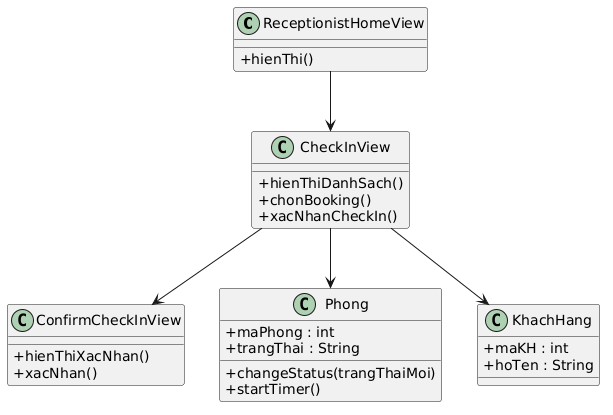
thanhtrnnn/cnpm keeps this PlantUML diagram as output/diagrams/booking_bce_checkin.png. Above is the earlier version.
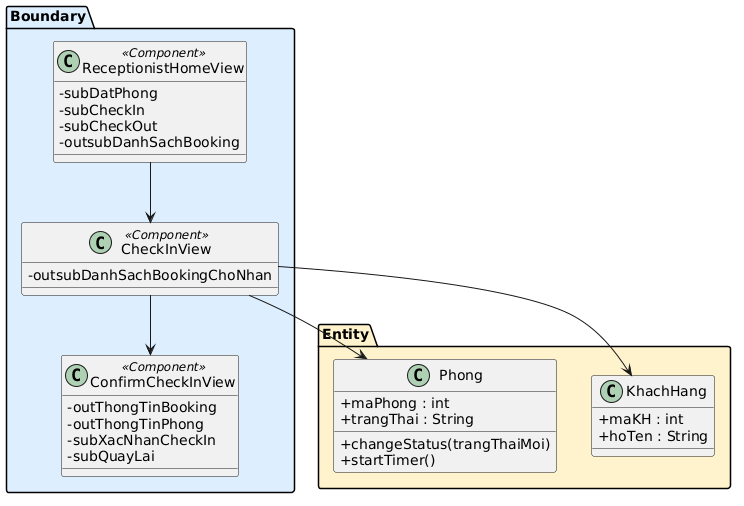
Later version of the same file.

Commit message:
fix: BCE analysis diagrams - Boundary classes have attributes only, Entity classes keep methods

Diff of the diagram source:
```diff
@@ -1,31 +1,38 @@
 @startuml
 skinparam classAttributeIconSize 0
 
-class ReceptionistHomeView {
-  +hienThi()
+package "Boundary" #DDEEFF {
+  class ReceptionistHomeView <<Component>> {
+    -subDatPhong
+    -subCheckIn
+    -subCheckOut
+    -outsubDanhSachBooking
+  }
+
+  class CheckInView <<Component>> {
+    -outsubDanhSachBookingChoNhan
+  }
+
+  class ConfirmCheckInView <<Component>> {
+    -outThongTinBooking
+    -outThongTinPhong
+    -subXacNhanCheckIn
+    -subQuayLai
+  }
 }
 
-class CheckInView {
-  +hienThiDanhSach()
-  +chonBooking()
-  +xacNhanCheckIn()
-}
+package "Entity" #FFF3CD {
+  class Phong {
+    +maPhong : int
+    +trangThai : String
+    +changeStatus(trangThaiMoi)
+    +startTimer()
+  }
 
-class ConfirmCheckInView {
-  +hienThiXacNhan()
-  +xacNhan()
-}
-
-class Phong {
-  +maPhong : int
-  +trangThai : String
-  +changeStatus(trangThaiMoi)
-  +startTimer()
-}
-
-class KhachHang {
-  +maKH : int
-  +hoTen : String
+  class KhachHang {
+    +maKH : int
+    +hoTen : String
+  }
 }
 
 ReceptionistHomeView --> CheckInView
```
